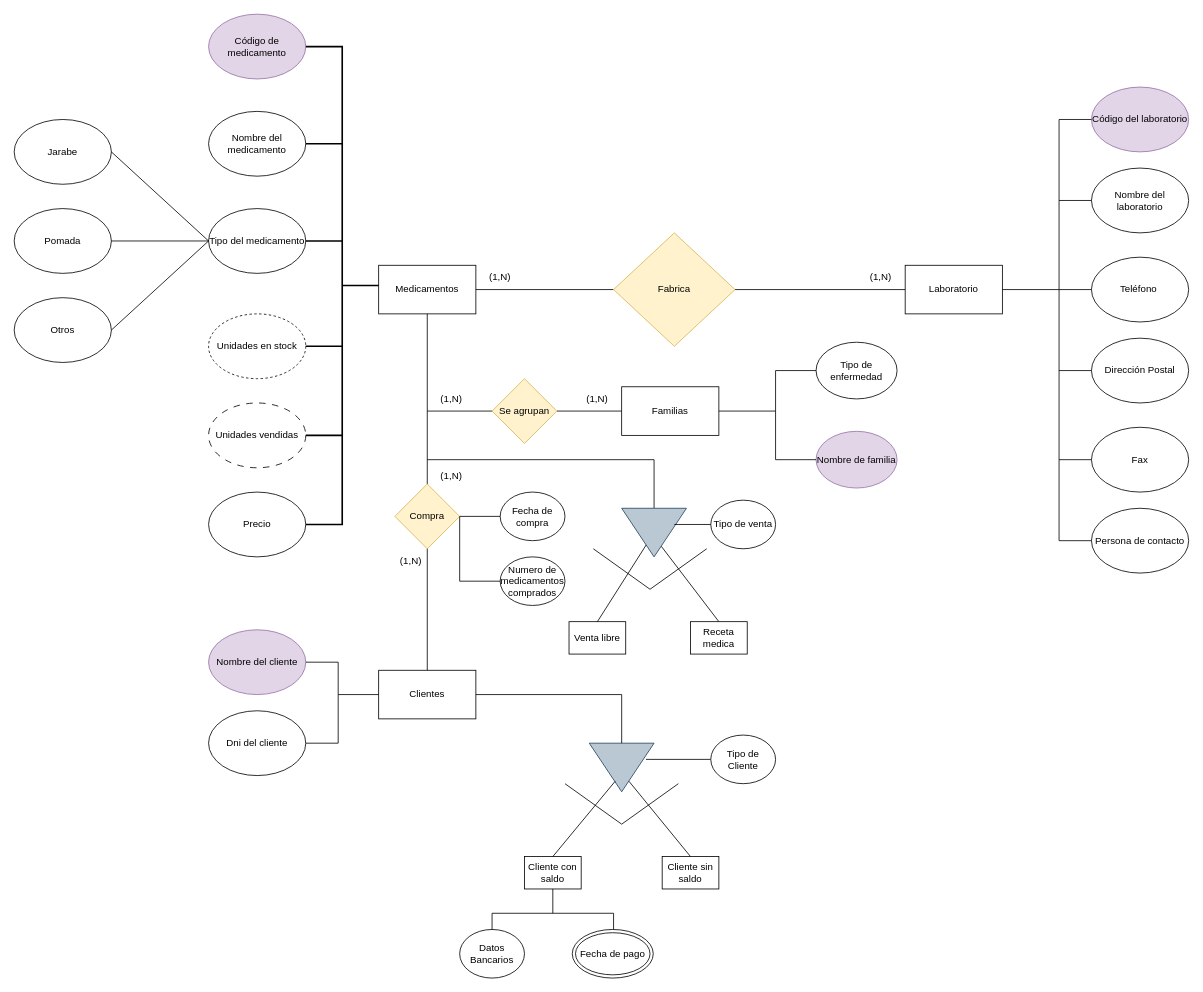
This is Diagrama entidad relacion farmacia.drawio from alu0101101507/ADBD, a draw.io file, before an edit. Source tidied: cells renumbered, new cells numbered last; positions are measured from the earlier drawing's top-left corner, leaving out a move shared by most shapes. Both pictures are drawn from the tidied source at 81%, with x=0, y=0 at pixel (14, 14).
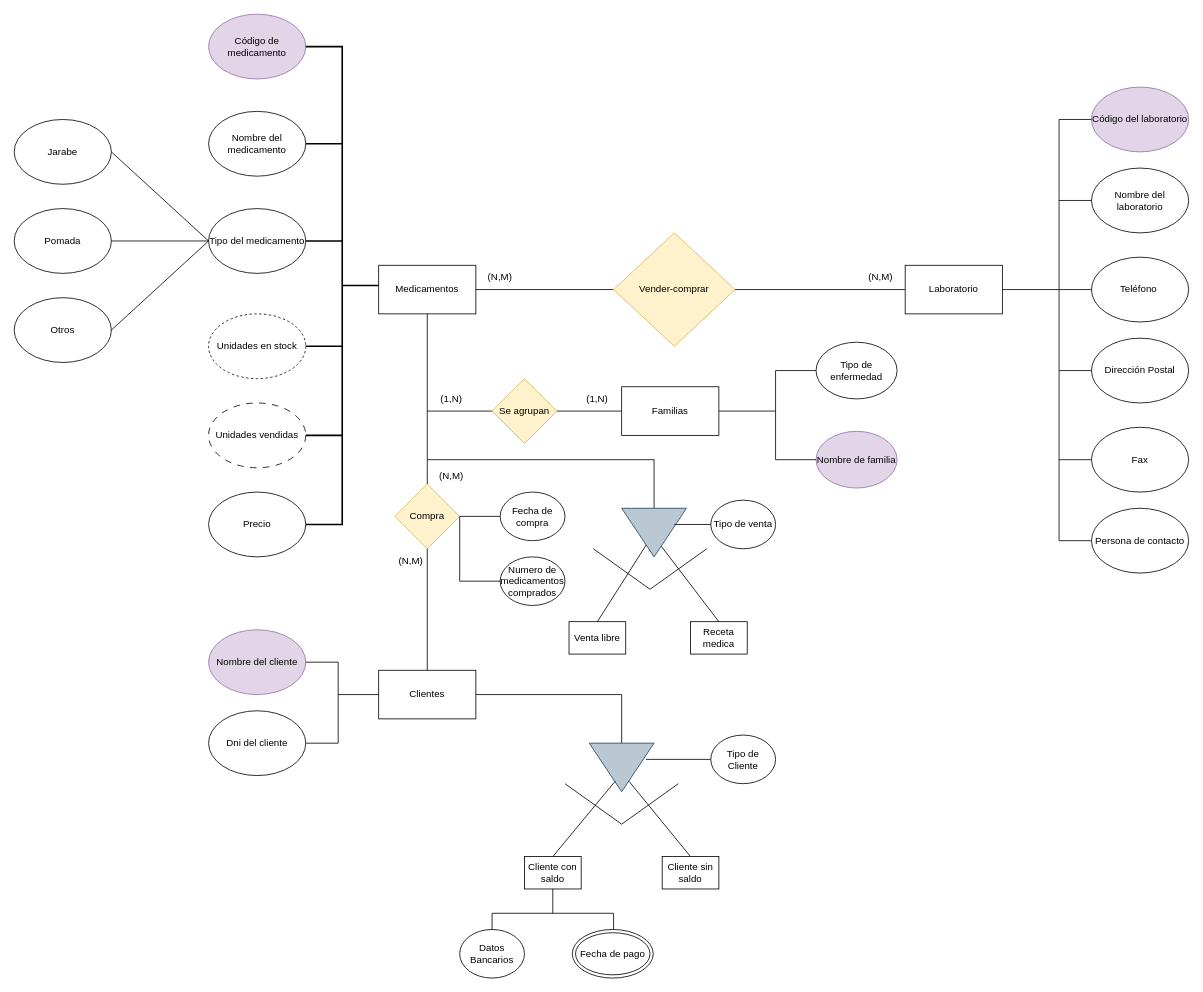
The same diagram, later.

What changed in the source:
```diff
@@
-    <mxCell id="17" value="Fabrica" style="rhombus;whiteSpace=wrap;html=1;fillColor=#fff2cc;strokeColor=#d6b656;" parent="1" vertex="1">
+    <mxCell id="17" value="Vender-comprar" style="rhombus;whiteSpace=wrap;html=1;fillColor=#fff2cc;strokeColor=#d6b656;" parent="1" vertex="1">
       <mxGeometry x="740" y="270" width="150" height="140" as="geometry" />
     </mxCell>
@@
-    <mxCell id="25" value="(1,N)" style="text;html=1;align=center;verticalAlign=middle;whiteSpace=wrap;rounded=0;" parent="1" vertex="1">
+    <mxCell id="25" value="(N,M)" style="text;html=1;align=center;verticalAlign=middle;whiteSpace=wrap;rounded=0;" parent="1" vertex="1">
       <mxGeometry x="570" y="310" width="60" height="30" as="geometry" />
     </mxCell>
-    <mxCell id="26" value="(1,N)" style="text;html=1;align=center;verticalAlign=middle;whiteSpace=wrap;rounded=0;" parent="1" vertex="1">
+    <mxCell id="26" value="(N,M)" style="text;html=1;align=center;verticalAlign=middle;whiteSpace=wrap;rounded=0;" parent="1" vertex="1">
       <mxGeometry x="1040" y="310" width="60" height="30" as="geometry" />
     </mxCell>
@@
-    <mxCell id="38" value="(1,N)" style="text;html=1;align=center;verticalAlign=middle;whiteSpace=wrap;rounded=0;" parent="1" vertex="1">
+    <mxCell id="38" value="(N,M)" style="text;html=1;align=center;verticalAlign=middle;whiteSpace=wrap;rounded=0;" parent="1" vertex="1">
       <mxGeometry x="510" y="555" width="60" height="30" as="geometry" />
     </mxCell>
-    <mxCell id="39" value="(1,N)" style="text;html=1;align=center;verticalAlign=middle;whiteSpace=wrap;rounded=0;" parent="1" vertex="1">
+    <mxCell id="39" value="(N,M)" style="text;html=1;align=center;verticalAlign=middle;whiteSpace=wrap;rounded=0;" parent="1" vertex="1">
       <mxGeometry x="460" y="660" width="60" height="30" as="geometry" />
     </mxCell>
```
